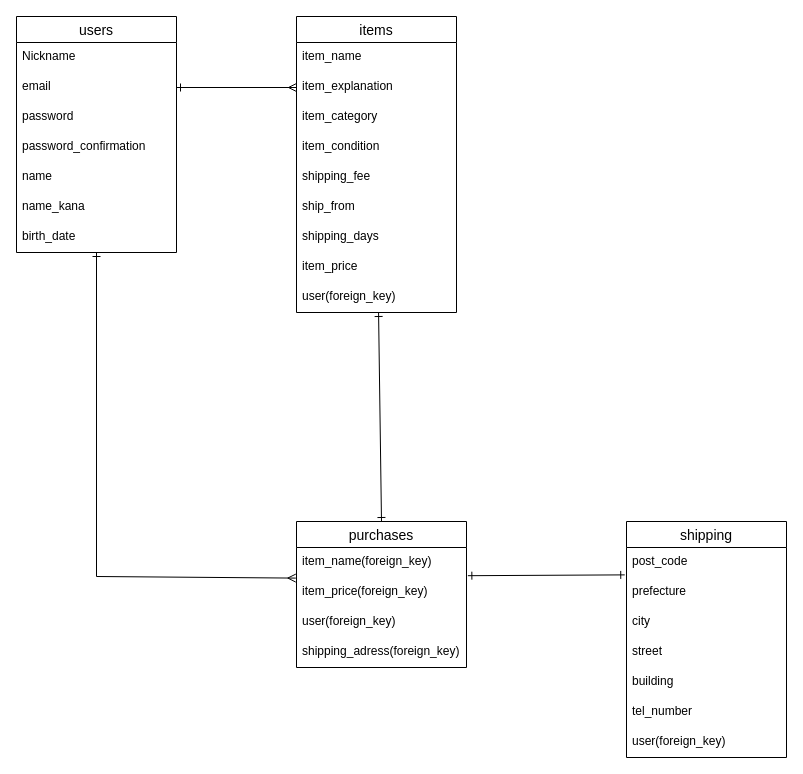
The draw.io diagram ER.dio in macoyuu/furima-40459, before the edit. Source tidied: cells renumbered, new cells numbered last; positions are measured from the earlier drawing's top-left corner, leaving out a move shared by most shapes. Both pictures are drawn from the tidied source at 100%, with x=0, y=0 at pixel (16, 16).
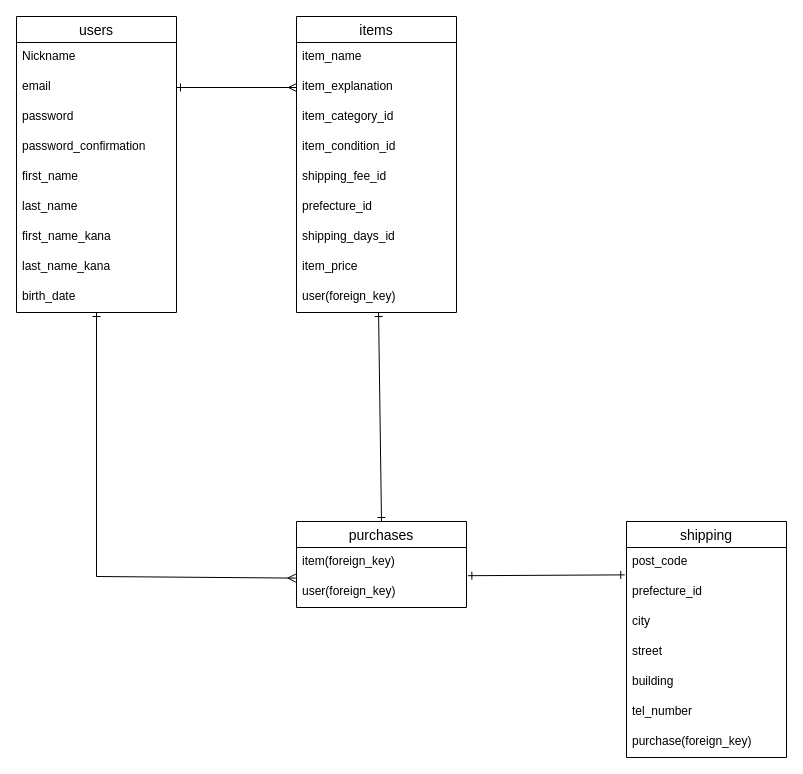
Above is the later version.

Unchanged cells that the change refers to:
```xml
<mxCell id="12" value="items" style="swimlane;fontStyle=0;horizontal=1;startSize=26;align=center;fontSize=14;" parent="1" vertex="1">
  <mxGeometry x="280" width="160" height="296" as="geometry" />
</mxCell>
<mxCell id="27" value="shipping" style="swimlane;fontStyle=0;horizontal=1;startSize=26;align=center;fontSize=14;" parent="1" vertex="1">
  <mxGeometry x="610" y="505" width="160" height="236" as="geometry" />
</mxCell>
```

Diff of the diagram source:
```diff
@@
     <mxCell id="3" value="users" style="swimlane;fontStyle=0;horizontal=1;startSize=26;align=center;fontSize=14;" parent="1" vertex="1">
-      <mxGeometry width="160" height="236" as="geometry" />
+      <mxGeometry width="160" height="296" as="geometry" />
     </mxCell>
@@
+    <mxCell id="38" value="first_name" style="text;strokeColor=none;fillColor=none;spacingLeft=4;spacingRight=4;overflow=hidden;fontSize=12;" parent="3" vertex="1">
+      <mxGeometry y="146" width="160" height="30" as="geometry" />
+    </mxCell>
-    <mxCell id="8" value="name" style="text;strokeColor=none;fillColor=none;spacingLeft=4;spacingRight=4;overflow=hidden;fontSize=12;" parent="3" vertex="1">
-      <mxGeometry y="146" width="160" height="30" as="geometry" />
+    <mxCell id="8" value="last_name" style="text;strokeColor=none;fillColor=none;spacingLeft=4;spacingRight=4;overflow=hidden;fontSize=12;" parent="3" vertex="1">
+      <mxGeometry y="176" width="160" height="30" as="geometry" />
     </mxCell>
-    <mxCell id="9" value="name_kana" style="text;strokeColor=none;fillColor=none;spacingLeft=4;spacingRight=4;overflow=hidden;fontSize=12;" parent="3" vertex="1">
-      <mxGeometry y="176" width="160" height="30" as="geometry" />
+    <mxCell id="9" value="first_name_kana" style="text;strokeColor=none;fillColor=none;spacingLeft=4;spacingRight=4;overflow=hidden;fontSize=12;" parent="3" vertex="1">
+      <mxGeometry y="206" width="160" height="30" as="geometry" />
     </mxCell>
+    <mxCell id="39" value="last_name_kana" style="text;strokeColor=none;fillColor=none;spacingLeft=4;spacingRight=4;overflow=hidden;fontSize=12;" parent="3" vertex="1">
+      <mxGeometry y="236" width="160" height="30" as="geometry" />
+    </mxCell>
     <mxCell id="10" value="birth_date" style="text;strokeColor=none;fillColor=none;spacingLeft=4;spacingRight=4;overflow=hidden;fontSize=12;" parent="3" vertex="1">
-      <mxGeometry y="206" width="160" height="30" as="geometry" />
+      <mxGeometry y="266" width="160" height="30" as="geometry" />
     </mxCell>
@@
-    <mxCell id="15" value="item_category" style="text;strokeColor=none;fillColor=none;spacingLeft=4;spacingRight=4;overflow=hidden;fontSize=12;" parent="12" vertex="1">
+    <mxCell id="15" value="item_category_id" style="text;strokeColor=none;fillColor=none;spacingLeft=4;spacingRight=4;overflow=hidden;fontSize=12;" parent="12" vertex="1">
       <mxGeometry y="86" width="160" height="30" as="geometry" />
     </mxCell>
-    <mxCell id="16" value="item_condition" style="text;strokeColor=none;fillColor=none;spacingLeft=4;spacingRight=4;overflow=hidden;fontSize=12;" parent="12" vertex="1">
+    <mxCell id="16" value="item_condition_id" style="text;strokeColor=none;fillColor=none;spacingLeft=4;spacingRight=4;overflow=hidden;fontSize=12;" parent="12" vertex="1">
       <mxGeometry y="116" width="160" height="30" as="geometry" />
     </mxCell>
-    <mxCell id="17" value="shipping_fee" style="text;strokeColor=none;fillColor=none;spacingLeft=4;spacingRight=4;overflow=hidden;fontSize=12;" parent="12" vertex="1">
+    <mxCell id="17" value="shipping_fee_id" style="text;strokeColor=none;fillColor=none;spacingLeft=4;spacingRight=4;overflow=hidden;fontSize=12;" parent="12" vertex="1">
       <mxGeometry y="146" width="160" height="30" as="geometry" />
     </mxCell>
-    <mxCell id="18" value="ship_from" style="text;strokeColor=none;fillColor=none;spacingLeft=4;spacingRight=4;overflow=hidden;fontSize=12;" parent="12" vertex="1">
+    <mxCell id="18" value="prefecture_id" style="text;strokeColor=none;fillColor=none;spacingLeft=4;spacingRight=4;overflow=hidden;fontSize=12;" parent="12" vertex="1">
       <mxGeometry y="176" width="160" height="30" as="geometry" />
     </mxCell>
-    <mxCell id="19" value="shipping_days" style="text;strokeColor=none;fillColor=none;spacingLeft=4;spacingRight=4;overflow=hidden;fontSize=12;" parent="12" vertex="1">
+    <mxCell id="19" value="shipping_days_id" style="text;strokeColor=none;fillColor=none;spacingLeft=4;spacingRight=4;overflow=hidden;fontSize=12;" parent="12" vertex="1">
       <mxGeometry y="206" width="160" height="30" as="geometry" />
     </mxCell>
@@
     <mxCell id="22" value="purchases" style="swimlane;fontStyle=0;horizontal=1;startSize=26;align=center;fontSize=14;" parent="1" vertex="1">
-      <mxGeometry x="280" y="505" width="170" height="146" as="geometry" />
+      <mxGeometry x="280" y="505" width="170" height="86" as="geometry" />
     </mxCell>
-    <mxCell id="23" value="item_name(foreign_key)" style="text;strokeColor=none;fillColor=none;spacingLeft=4;spacingRight=4;overflow=hidden;points=[[0,0.5],[1,0.5]];portConstraint=eastwest;fontSize=12;" parent="22" vertex="1">
+    <mxCell id="23" value="item(foreign_key)" style="text;strokeColor=none;fillColor=none;spacingLeft=4;spacingRight=4;overflow=hidden;points=[[0,0.5],[1,0.5]];portConstraint=eastwest;fontSize=12;" parent="22" vertex="1">
       <mxGeometry y="26" width="170" height="30" as="geometry" />
     </mxCell>
-    <mxCell id="24" value="item_price(foreign_key)" style="text;strokeColor=none;fillColor=none;spacingLeft=4;spacingRight=4;overflow=hidden;fontSize=12;" parent="22" vertex="1">
-      <mxGeometry y="56" width="170" height="30" as="geometry" />
-    </mxCell>
     <mxCell id="25" value="user(foreign_key)" style="text;strokeColor=none;fillColor=none;spacingLeft=4;spacingRight=4;overflow=hidden;fontSize=12;" parent="22" vertex="1">
-      <mxGeometry y="86" width="170" height="30" as="geometry" />
+      <mxGeometry y="56" width="170" height="30" as="geometry" />
     </mxCell>
-    <mxCell id="26" value="shipping_adress(foreign_key)" style="text;strokeColor=none;fillColor=none;spacingLeft=4;spacingRight=4;overflow=hidden;fontSize=12;" parent="22" vertex="1">
-      <mxGeometry y="116" width="170" height="30" as="geometry" />
-    </mxCell>
@@
-    <mxCell id="29" value="prefecture" style="text;strokeColor=none;fillColor=none;spacingLeft=4;spacingRight=4;overflow=hidden;fontSize=12;" parent="27" vertex="1">
+    <mxCell id="29" value="prefecture_id" style="text;strokeColor=none;fillColor=none;spacingLeft=4;spacingRight=4;overflow=hidden;fontSize=12;" parent="27" vertex="1">
       <mxGeometry y="56" width="160" height="30" as="geometry" />
     </mxCell>
@@
-    <mxCell id="34" value="user(foreign_key)" style="text;strokeColor=none;fillColor=none;spacingLeft=4;spacingRight=4;overflow=hidden;fontSize=12;" parent="27" vertex="1">
+    <mxCell id="34" value="purchase(foreign_key)" style="text;strokeColor=none;fillColor=none;spacingLeft=4;spacingRight=4;overflow=hidden;fontSize=12;" parent="27" vertex="1">
       <mxGeometry y="206" width="160" height="30" as="geometry" />
     </mxCell>
```
